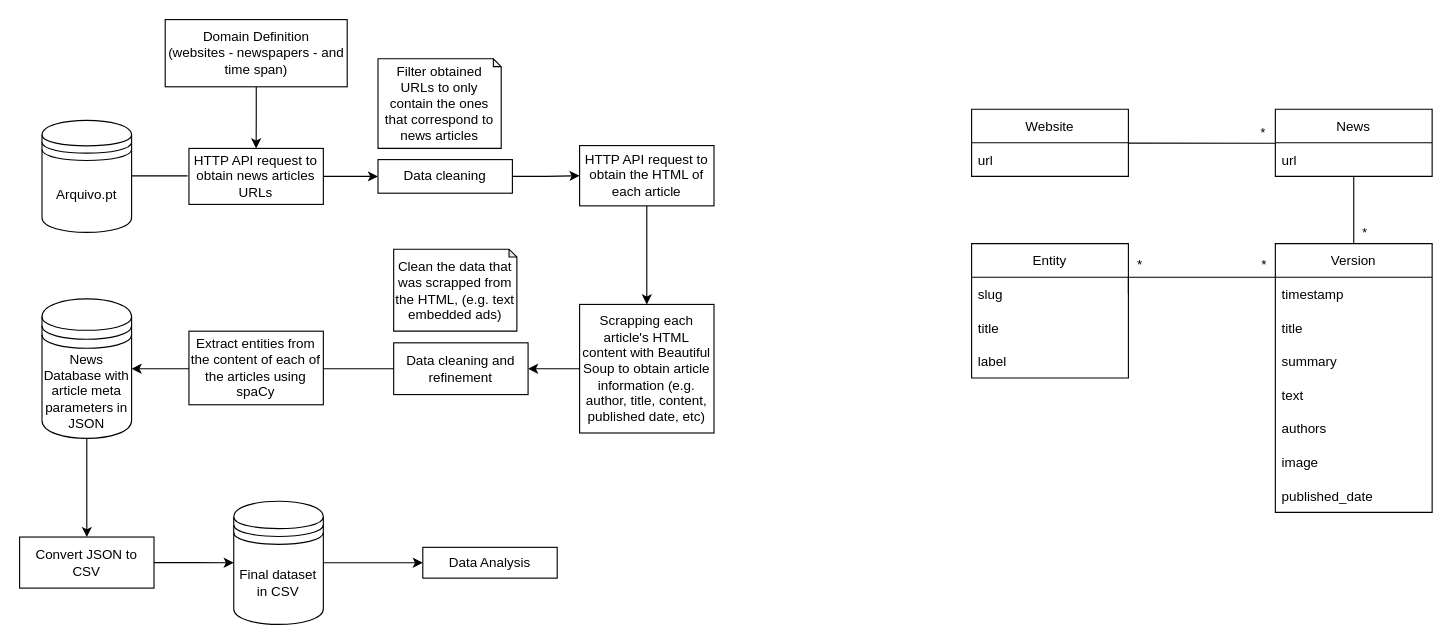
Before: docs/pipeline.drawio in TsarkFC/pri-proj, a draw.io diagram. Source tidied: cells renumbered, new cells numbered last; positions are measured from the earlier drawing's top-left corner, leaving out a move shared by most shapes. Both pictures are drawn from the tidied source at 112%, with x=0, y=0 at pixel (19, 19).
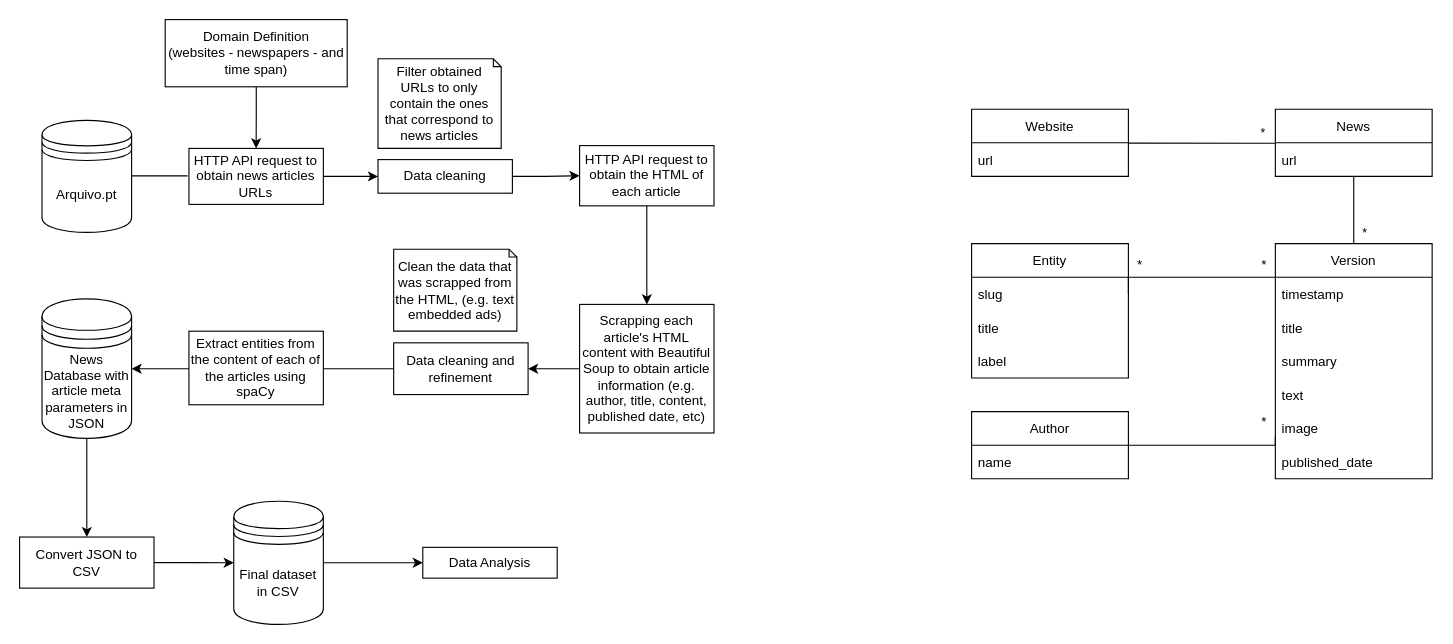
The same page after the edit.

Commit message:
Added author class to conceptual model

What changed in the source:
```diff
@@
     <mxCell id="22" value="Version" style="swimlane;fontStyle=0;horizontal=1;startSize=30;" parent="1" vertex="1">
-      <mxGeometry x="1121.2" y="200" width="140" height="240" as="geometry" />
+      <mxGeometry x="1121.2" y="200" width="140" height="210" as="geometry" />
     </mxCell>
@@
-    <mxCell id="27" value="authors" style="text;strokeColor=none;fillColor=none;align=left;verticalAlign=middle;spacingLeft=4;spacingRight=4;overflow=hidden;" parent="22" vertex="1">
-      <mxGeometry y="150" width="140" height="30" as="geometry" />
-    </mxCell>
     <mxCell id="28" value="image" style="text;strokeColor=none;fillColor=none;align=left;verticalAlign=middle;spacingLeft=4;spacingRight=4;overflow=hidden;points=[[0,0.5],[1,0.5]];portConstraint=eastwest;" parent="22" vertex="1">
-      <mxGeometry y="180" width="140" height="30" as="geometry" />
+      <mxGeometry y="150" width="140" height="30" as="geometry" />
     </mxCell>
     <mxCell id="29" value="published_date" style="text;strokeColor=none;fillColor=none;align=left;verticalAlign=middle;spacingLeft=4;spacingRight=4;overflow=hidden;" parent="22" vertex="1">
-      <mxGeometry y="210" width="140" height="30" as="geometry" />
+      <mxGeometry y="180" width="140" height="30" as="geometry" />
     </mxCell>
@@
+    <mxCell id="49" style="edgeStyle=orthogonalEdgeStyle;rounded=0;jettySize=auto;html=1;exitX=1;exitY=0.25;exitDx=0;exitDy=0;entryX=0;entryY=0.752;entryDx=0;entryDy=0;entryPerimeter=0;endArrow=none;endFill=0;" parent="1" edge="1" source="50" target="28">
+      <mxGeometry relative="1" as="geometry">
+        <Array as="points">
+          <mxPoint x="990" y="380" />
+          <mxPoint x="1121" y="380" />
+        </Array>
+      </mxGeometry>
+    </mxCell>
+    <mxCell id="50" value="Author" style="swimlane;fontStyle=0;horizontal=1;startSize=30;" parent="1" vertex="1">
+      <mxGeometry x="850" y="350" width="140" height="60" as="geometry" />
+    </mxCell>
+    <mxCell id="51" value="name" style="text;strokeColor=none;fillColor=none;align=left;verticalAlign=middle;spacingLeft=4;spacingRight=4;overflow=hidden;" parent="50" vertex="1">
+      <mxGeometry y="30" width="140" height="30" as="geometry" />
+    </mxCell>
+    <mxCell id="52" value="*" style="text;html=1;align=center;verticalAlign=middle;strokeColor=none;fillColor=none;" parent="1" vertex="1">
+      <mxGeometry x="1101.2" y="349.1" width="20" height="20" as="geometry" />
+    </mxCell>
```
